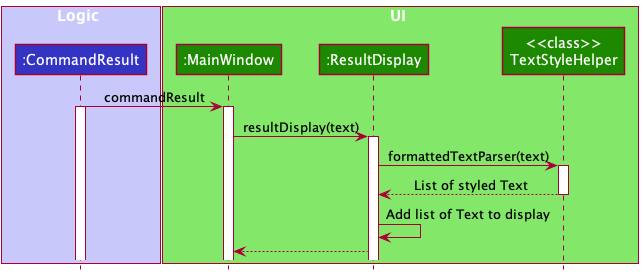
Before: docs/images/MarkdownTextStylerDiagram.png, a diagram exported from PlantUML (nus-cs2103-AY2122S2/tp). Its source is kept beside it as docs/diagrams/MarkdownTextStylerDiagram.puml.
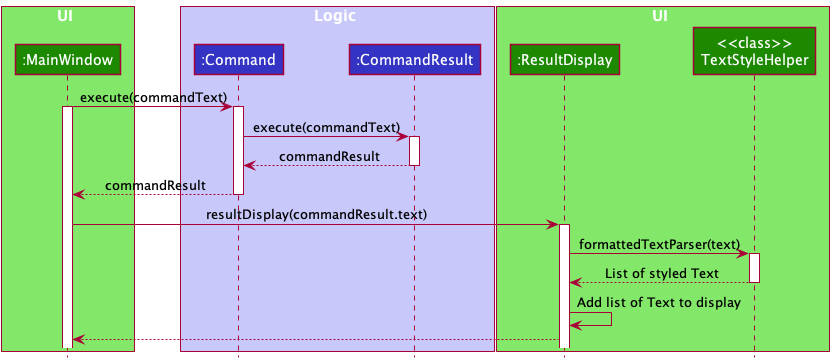
Later version of the same file.

Commit message:
Fix inaccurate diagram

Diff of the diagram source:
```diff
@@ -1,24 +1,32 @@
 @startuml
 !include style.puml
 
-box Logic LOGIC_COLOR_T1
-participant ":CommandResult" as CommandResult LOGIC_COLOR
-end box
 
 box UI UI_COLOR_T1
 participant ":MainWindow" as MainWindow UI_COLOR
+end box
+box Logic LOGIC_COLOR_T1
+participant ":Command" as Command LOGIC_COLOR
+participant ":CommandResult" as CommandResult LOGIC_COLOR
+end box
+box UI UI_COLOR_T1
 participant ":ResultDisplay" as ResultDisplay UI_COLOR
 participant "<<class>>\nTextStyleHelper" as TextStyleHelper UI_COLOR
-
 end box
 
-CommandResult -> MainWindow : commandResult
+MainWindow -> Command : execute(commandText)
+activate MainWindow
+activate Command
+Command -> CommandResult :execute(commandText)
 activate CommandResult
+CommandResult -->Command :commandResult
+deactivate CommandResult
+Command --> MainWindow : commandResult
+deactivate Command
 
 
-activate MainWindow
 
-MainWindow -> ResultDisplay : resultDisplay(text)
+MainWindow -> ResultDisplay : resultDisplay(commandResult.text)
 activate ResultDisplay
 
 ResultDisplay -> TextStyleHelper : formattedTextParser(text)
```
